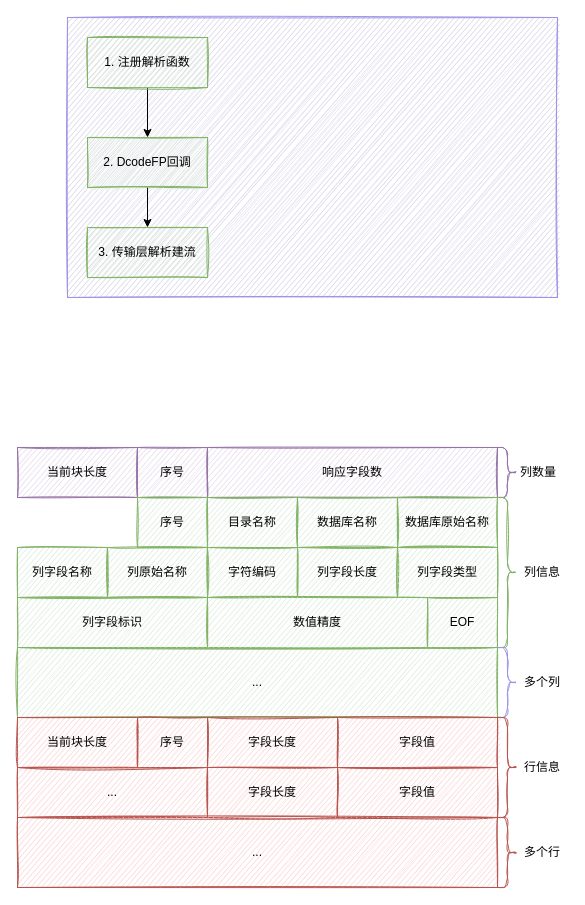
Above: ck parse progess.drawio in leonce28/draw-io-img (draw.io), before the change. Source tidied: cells renumbered, new cells numbered last; positions are measured from the earlier drawing's top-left corner, leaving out a move shared by most shapes. Both pictures are drawn from the tidied source at 100%, with x=0, y=0 at pixel (17, 17).
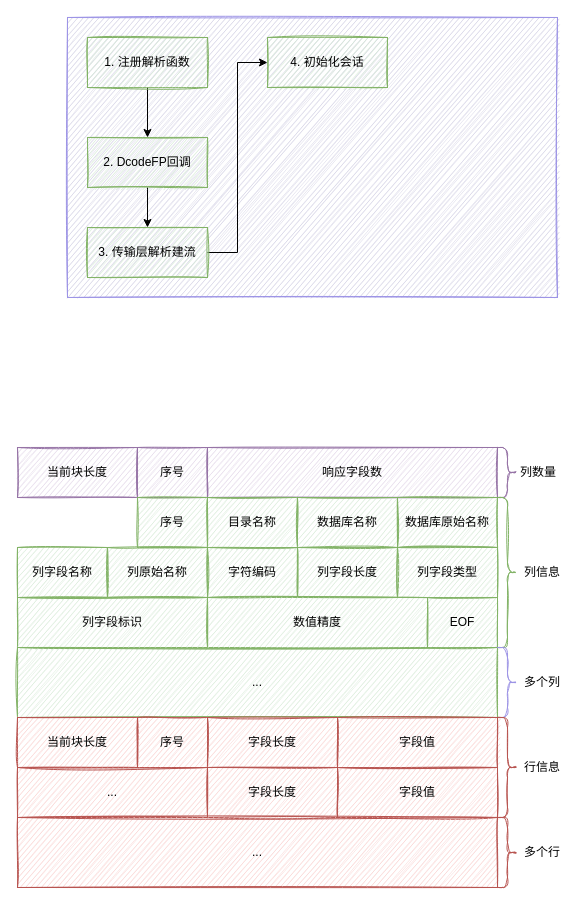
The same diagram, later.

Unchanged cells that the change refers to:
```xml
<mxCell id="41" value="3. 传输层解析建流" style="rounded=0;whiteSpace=wrap;html=1;fillStyle=auto;fillColor=#d5e8d4;gradientDirection=north;sketch=1;strokeColor=#82b366;" parent="1" vertex="1">
  <mxGeometry x="70" y="210" width="120" height="50" as="geometry" />
</mxCell>
```

The edit, as a diff of the source:
```diff
@@
+    <mxCell id="42" style="edgeStyle=orthogonalEdgeStyle;rounded=0;jettySize=auto;html=1;exitX=1;exitY=0.5;exitDx=0;exitDy=0;entryX=0;entryY=0.5;entryDx=0;entryDy=0;" parent="1" edge="1" source="41" target="43">
+      <mxGeometry relative="1" as="geometry" />
+    </mxCell>
@@
+    <mxCell id="43" value="4. 初始化会话" style="rounded=0;whiteSpace=wrap;html=1;fillStyle=auto;fillColor=#d5e8d4;gradientDirection=north;sketch=1;strokeColor=#82b366;" parent="1" vertex="1">
+      <mxGeometry x="250" y="20" width="120" height="50" as="geometry" />
+    </mxCell>
```
